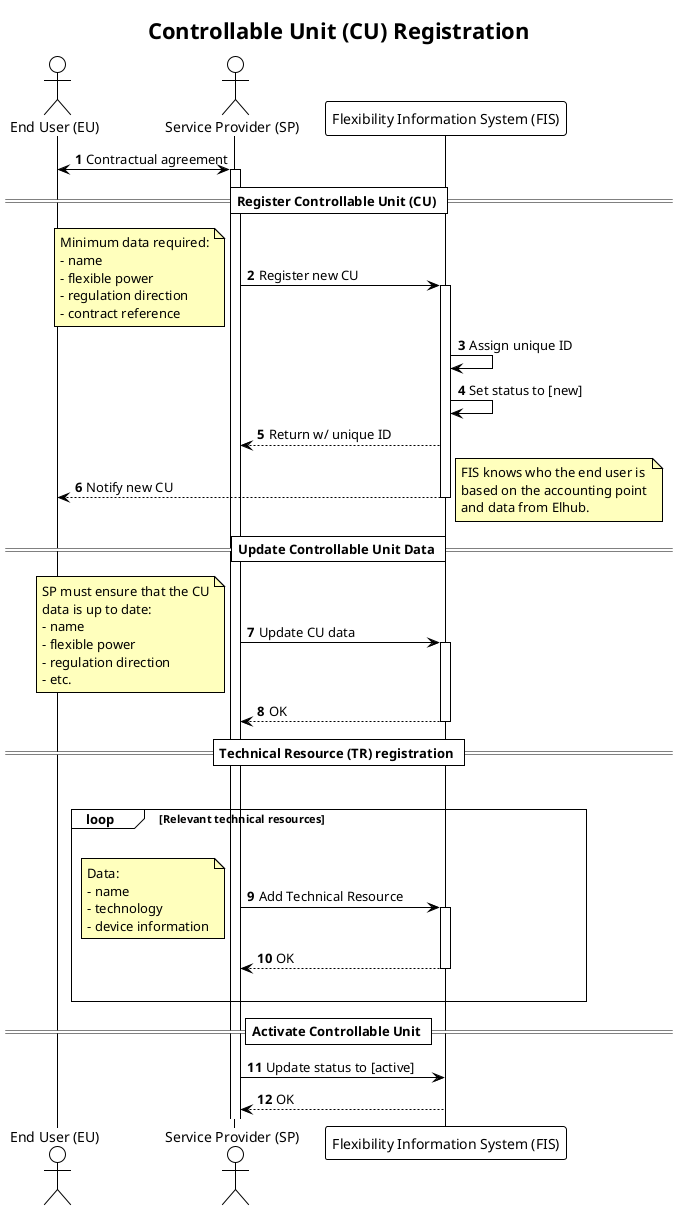
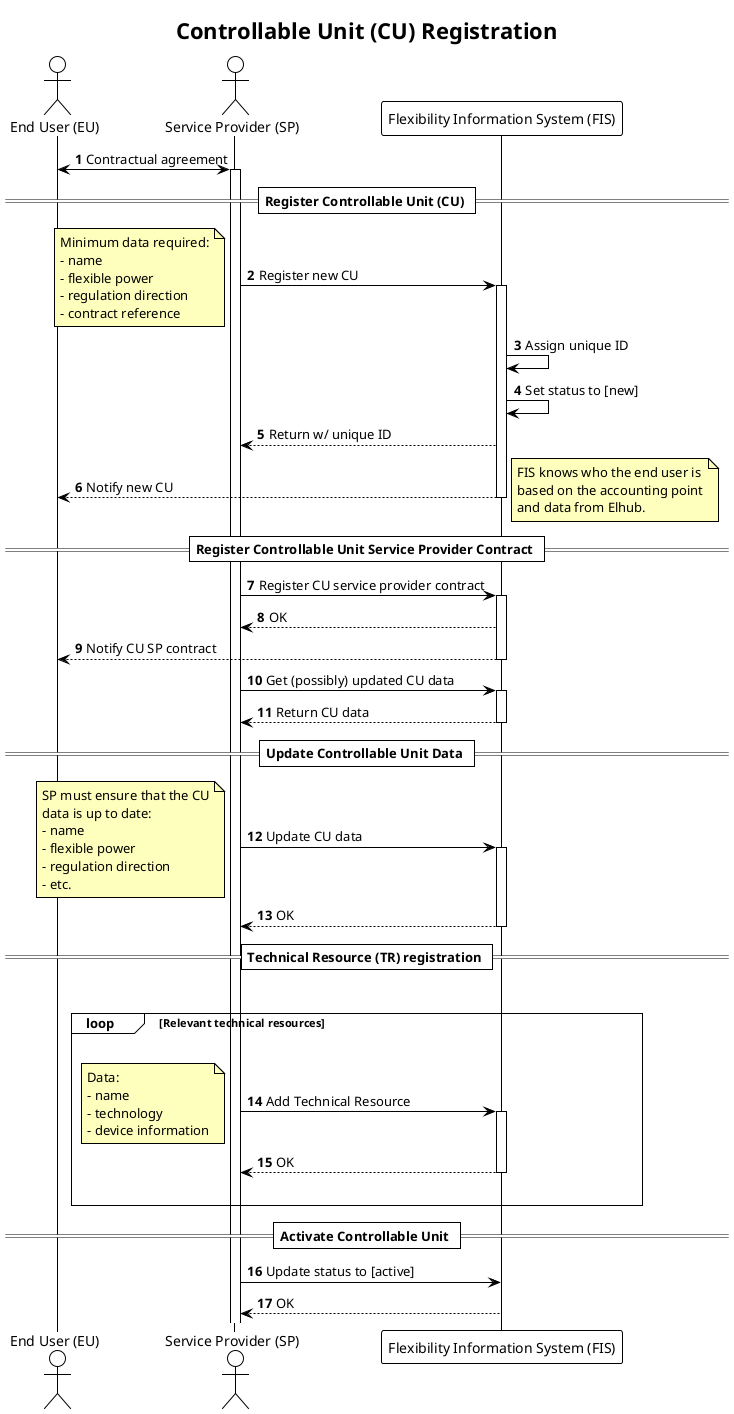
@startuml controllable_unit_registration
!theme plain

title Controllable Unit (CU) Registration

autonumber
skinparam note {
    BackgroundColor #FFFFBD
}

actor "End User (EU)" as EU
actor "Service Provider (SP)" as SP
participant "Flexibility Information System (FIS)" as FIS

EU <-> SP: Contractual agreement
activate SP

== Register Controllable Unit (CU) ==

SP -> FIS: Register new CU
note left
    Minimum data required:
    - name
    - flexible power
    - regulation direction
    - contract reference
end note

activate FIS
FIS -> FIS: Assign unique ID
FIS -> FIS: Set status to [new]
FIS --> SP: Return w/ unique ID
FIS --> EU : Notify new CU
note right
    FIS knows who the end user is
    based on the accounting point
    and data from Elhub.
end note
+ deactivate FIS
+ 
+ == Register Controllable Unit Service Provider Contract ==
+ 
+ SP -> FIS: Register CU service provider contract
+ activate FIS
+ FIS --> SP: OK
+ FIS --> EU : Notify CU SP contract
+ deactivate FIS
+ 
+ SP -> FIS: Get (possibly) updated CU data
+ activate FIS
+ FIS --> SP: Return CU data
deactivate FIS

== Update Controllable Unit Data ==

SP -> FIS: Update CU data
note left
    SP must ensure that the CU
    data is up to date:
    - name
    - flexible power
    - regulation direction
    - etc.
end note
activate FIS
FIS --> SP: OK
deactivate FIS

== Technical Resource (TR) registration ==

'There is no reference to technical resource in the ACER document
'but ref to existing definitions ‘demand unit’ means an indivisible set of installations containing equipment which can be actively controlled by a demand facility
'owner or by a CDSO, either individually or commonly as part of demand agregation through a third party to provide demand response services
'to relevant system operators and relevant TSOs  or is a V1G electric vehicle and associated V1G electric vehicle supply equipment,
'power-to-gas demand unit or heat-pump.

loop For each relevant TR of the CU

loop Relevant technical resources
    |||
    SP -> FIS: Add Technical Resource
    note left
        Data:
        - name
        - technology
        - device information
    end note
    activate FIS
    FIS --> SP: OK
    deactivate FIS
    |||
end

== Activate Controllable Unit ==

SP -> FIS: Update status to [active]
FIS --> SP: OK

@enduml
